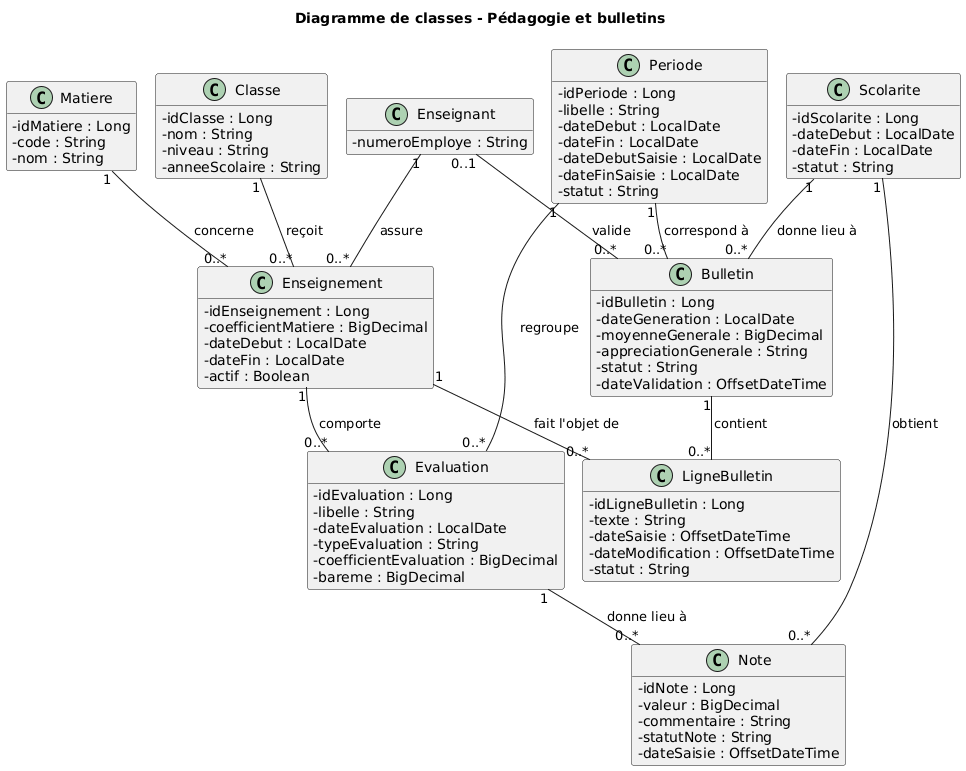
Florian2524/gestion-eleves keeps this PlantUML diagram as docs/uml/diagramme-classes-pedagogie-bulletins.png. Above is the earlier version. Source of this version:
```plantuml
@startuml
!pragma layout smetana
title Diagramme de classes - Pédagogie et bulletins

top to bottom direction
skinparam shadowing false
skinparam classAttributeIconSize 0
skinparam linetype ortho
hide empty methods

class Enseignant {
  - numeroEmploye : String
}

class Classe {
  - idClasse : Long
  - nom : String
  - niveau : String
  - anneeScolaire : String
}

class Matiere {
  - idMatiere : Long
  - code : String
  - nom : String
}

class Enseignement {
  - idEnseignement : Long
  - coefficientMatiere : BigDecimal
  - dateDebut : LocalDate
  - dateFin : LocalDate
  - actif : Boolean
}

class Evaluation {
  - idEvaluation : Long
  - libelle : String
  - dateEvaluation : LocalDate
  - typeEvaluation : String
  - coefficientEvaluation : BigDecimal
  - bareme : BigDecimal
}

class Note {
  - idNote : Long
  - valeur : BigDecimal
  - commentaire : String
  - statutNote : String
  - dateSaisie : OffsetDateTime
}

class Scolarite {
  - idScolarite : Long
  - dateDebut : LocalDate
  - dateFin : LocalDate
  - statut : String
}

class Periode {
  - idPeriode : Long
  - libelle : String
  - dateDebut : LocalDate
  - dateFin : LocalDate
  - dateDebutSaisie : LocalDate
  - dateFinSaisie : LocalDate
  - statut : String
}

class Bulletin {
  - idBulletin : Long
  - dateGeneration : LocalDate
  - moyenneGenerale : BigDecimal
  - appreciationGenerale : String
  - statut : String
  - dateValidation : OffsetDateTime
}

class LigneBulletin {
  - idLigneBulletin : Long
  - texte : String
  - dateSaisie : OffsetDateTime
  - dateModification : OffsetDateTime
  - statut : String
}

Enseignant "1" -- "0..*" Enseignement : assure
Classe "1" -- "0..*" Enseignement : reçoit
Matiere "1" -- "0..*" Enseignement : concerne

Enseignement "1" -- "0..*" Evaluation : comporte
Periode "1" -- "0..*" Evaluation : regroupe

Scolarite "1" -- "0..*" Note : obtient
Evaluation "1" -- "0..*" Note : donne lieu à

Scolarite "1" -- "0..*" Bulletin : donne lieu à
Periode "1" -- "0..*" Bulletin : correspond à
Enseignant "0..1" -- "0..*" Bulletin : valide

Bulletin "1" -- "0..*" LigneBulletin : contient
Enseignement "1" -- "0..*" LigneBulletin : fait l'objet de

@enduml
```
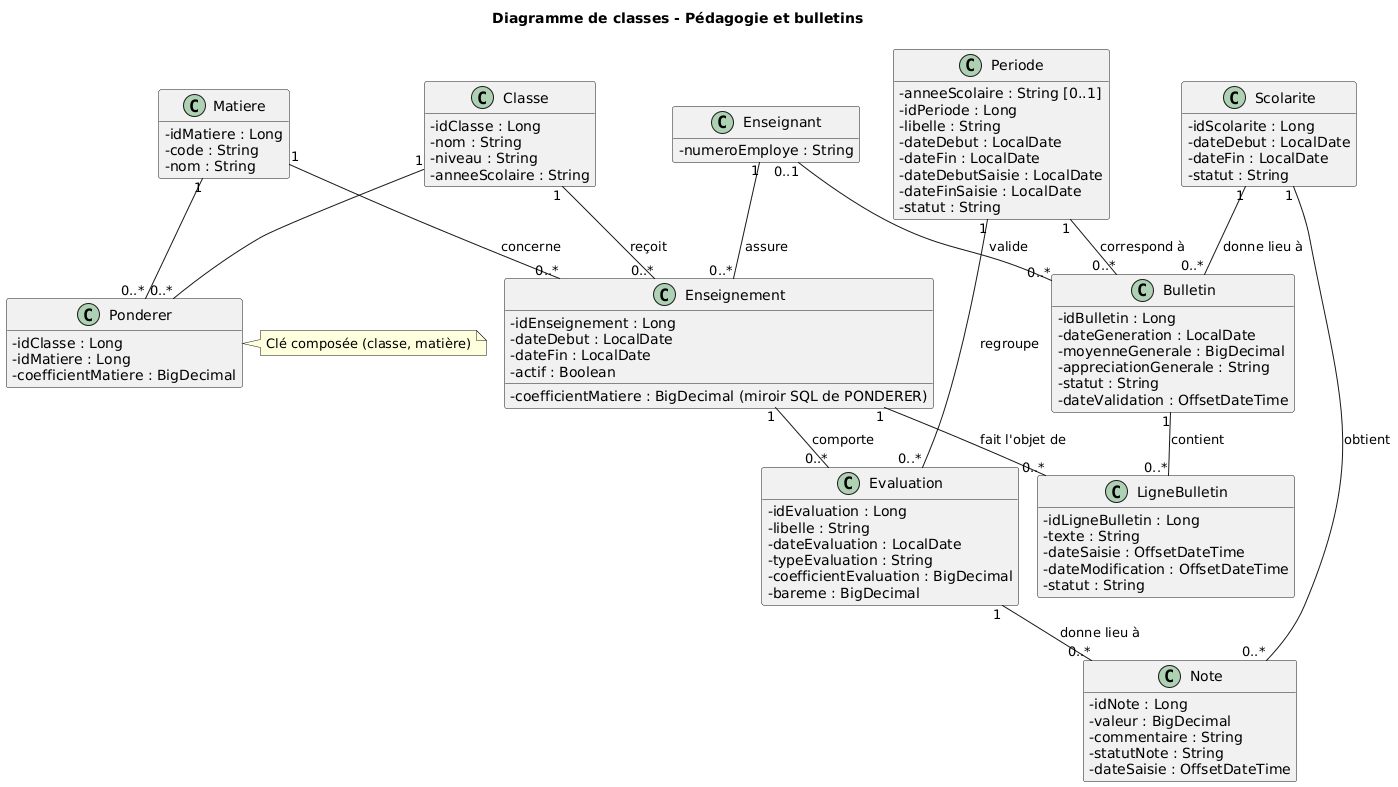
After the commit.

What changed in the source:
```diff
@@ -26,8 +26,8 @@
 }
 
 class Enseignement {
+  - coefficientMatiere : BigDecimal (miroir SQL de PONDERER)
   - idEnseignement : Long
-  - coefficientMatiere : BigDecimal
   - dateDebut : LocalDate
   - dateFin : LocalDate
   - actif : Boolean
@@ -58,6 +58,7 @@
 }
 
 class Periode {
+  - anneeScolaire : String [0..1]
   - idPeriode : Long
   - libelle : String
   - dateDebut : LocalDate
@@ -101,4 +102,12 @@
 Bulletin "1" -- "0..*" LigneBulletin : contient
 Enseignement "1" -- "0..*" LigneBulletin : fait l'objet de
 
+class Ponderer {
+  - idClasse : Long
+  - idMatiere : Long
+  - coefficientMatiere : BigDecimal
+}
+Classe "1" -- "0..*" Ponderer
+Matiere "1" -- "0..*" Ponderer
+note right of Ponderer : Clé composée (classe, matière)
 @enduml
```
